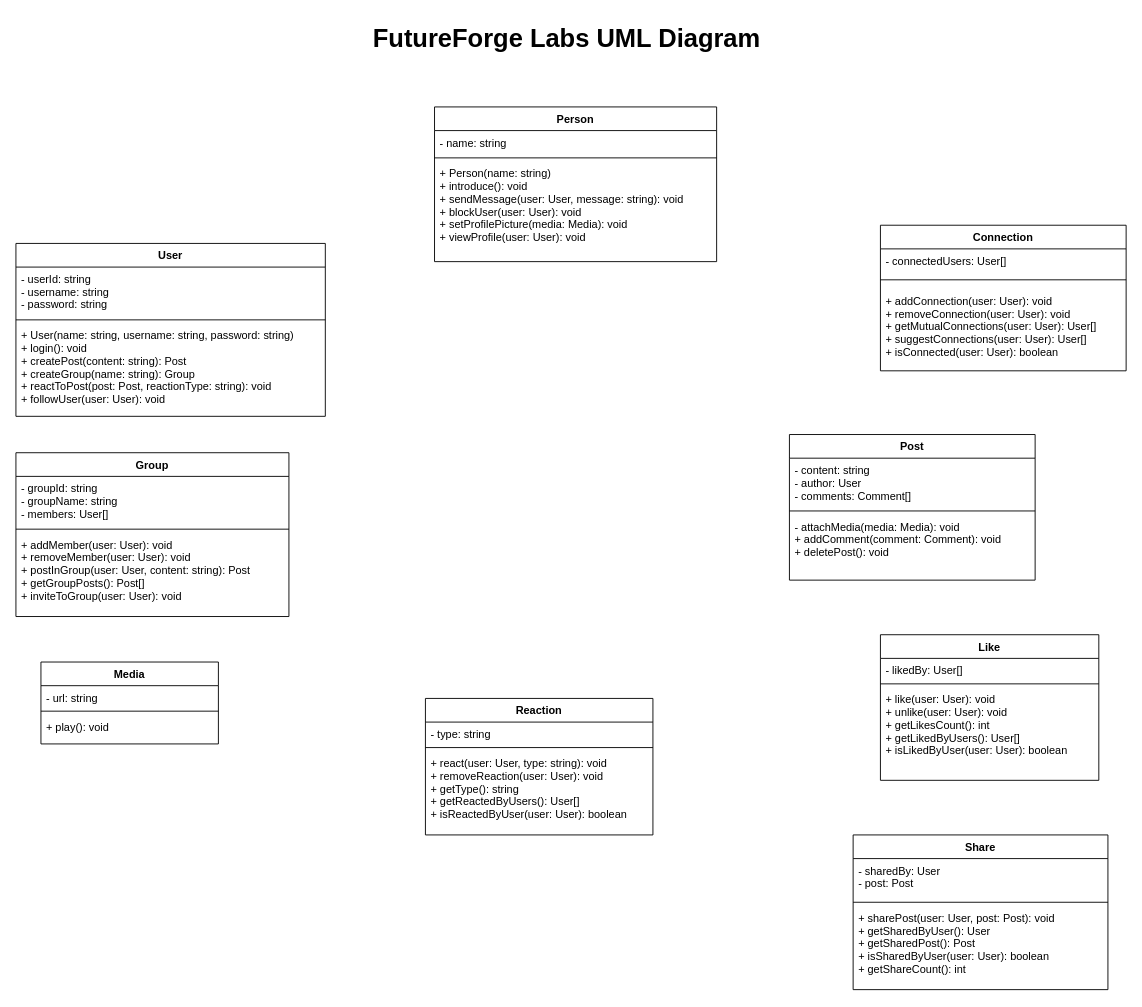
Above: docs/futureforge/futureforgeuml.drawio in BlazerLabs/CSC-3105-22-23-Project-Repo (draw.io), before the change. Source tidied: cells renumbered, new cells numbered last; positions are measured from the earlier drawing's top-left corner, leaving out a move shared by most shapes. Both pictures are drawn from the tidied source at 91%, with x=0, y=0 at pixel (15, 15).
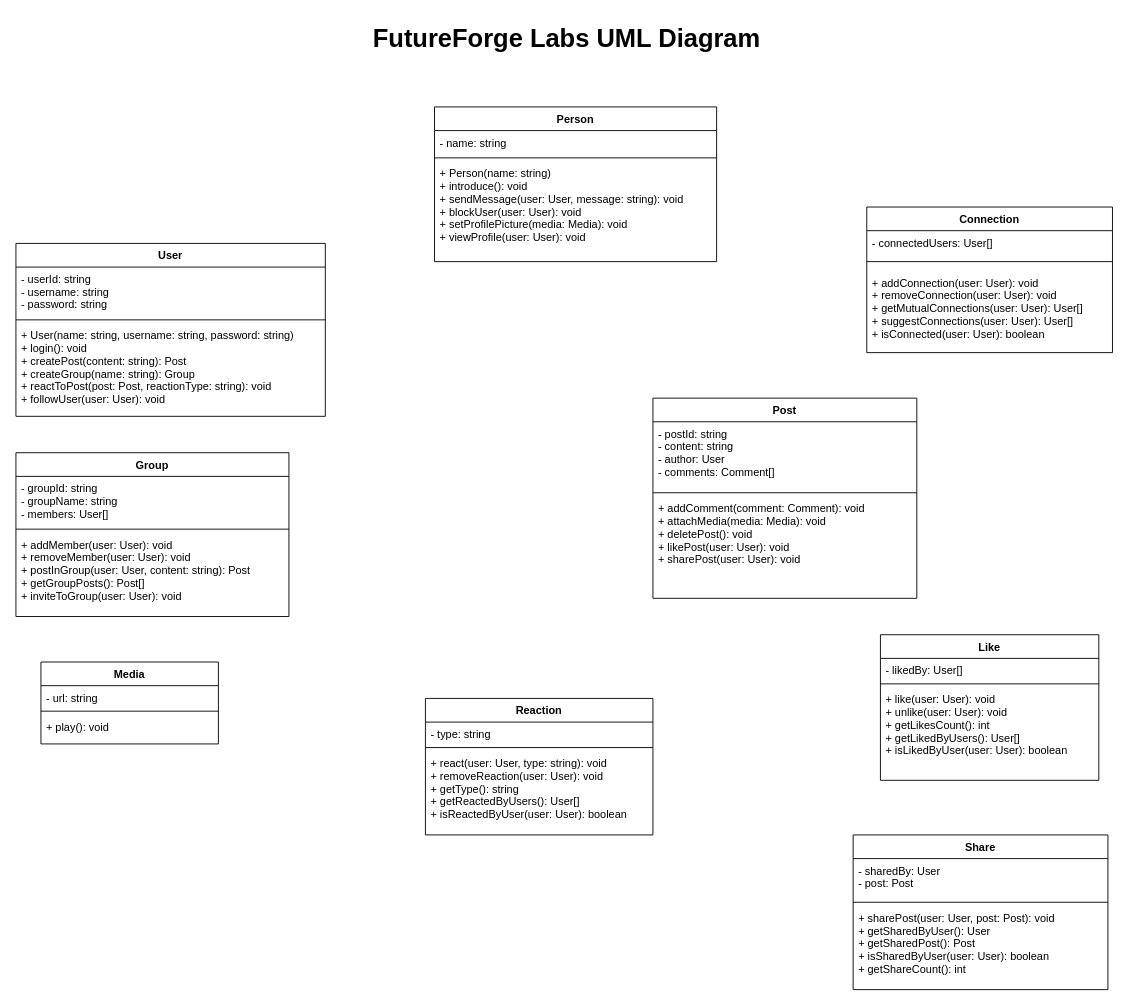
The same diagram, later.

Commit message:
Updated the post UML diagram

What changed in the source:
```diff
@@
     <mxCell id="7" value="Connection" style="swimlane;fontStyle=1;align=center;verticalAlign=top;horizontal=1;startSize=26;" parent="1" vertex="1">
-      <mxGeometry x="950" y="230" width="270" height="160" as="geometry" />
+      <mxGeometry x="935" y="210" width="270" height="160" as="geometry" />
     </mxCell>
@@
     <mxCell id="23" value="Post" style="swimlane;fontStyle=1;align=center;verticalAlign=top;horizontal=1;startSize=26;" parent="1" vertex="1">
-      <mxGeometry x="850" y="460" width="270" height="160" as="geometry" />
+      <mxGeometry x="700" y="420" width="290" height="220" as="geometry" />
     </mxCell>
-    <mxCell id="24" value="- content: string&#10;- author: User&#10; - comments: Comment[]" style="text;strokeColor=none;fillColor=none;align=left;verticalAlign=top;spacingLeft=4;spacingRight=4;overflow=hidden;" parent="23" vertex="1">
-      <mxGeometry y="26" width="270" height="54" as="geometry" />
+    <mxCell id="24" value="- postId: string                                       &#10; - content: string                                     &#10; - author: User                                        &#10; - comments: Comment[]" style="text;strokeColor=none;fillColor=none;align=left;verticalAlign=top;spacingLeft=4;spacingRight=4;overflow=hidden;" parent="23" vertex="1">
+      <mxGeometry y="26" width="290" height="74" as="geometry" />
     </mxCell>
     <mxCell id="25" style="line;strokeWidth=1;fillColor=none;align=left;verticalAlign=middle;spacingTop=-1;spacingLeft=3;spacingRight=3;labelPosition=right;strokeColor=inherit;" parent="23" vertex="1">
-      <mxGeometry y="80" width="270" height="8" as="geometry" />
+      <mxGeometry y="100" width="290" height="8" as="geometry" />
     </mxCell>
-    <mxCell id="26" value="- attachMedia(media: Media): void&#10;+ addComment(comment: Comment): void&#10;+ deletePost(): void" style="text;strokeColor=none;fillColor=none;align=left;verticalAlign=top;spacingLeft=4;spacingRight=4;overflow=hidden;" parent="23" vertex="1">
-      <mxGeometry y="88" width="270" height="72" as="geometry" />
+    <mxCell id="26" value="+ addComment(comment: Comment): void                   &#10; + attachMedia(media: Media): void                     &#10; + deletePost(): void                                  &#10; + likePost(user: User): void                          &#10; + sharePost(user: User): void" style="text;strokeColor=none;fillColor=none;align=left;verticalAlign=top;spacingLeft=4;spacingRight=4;overflow=hidden;" parent="23" vertex="1">
+      <mxGeometry y="108" width="290" height="112" as="geometry" />
     </mxCell>
```
